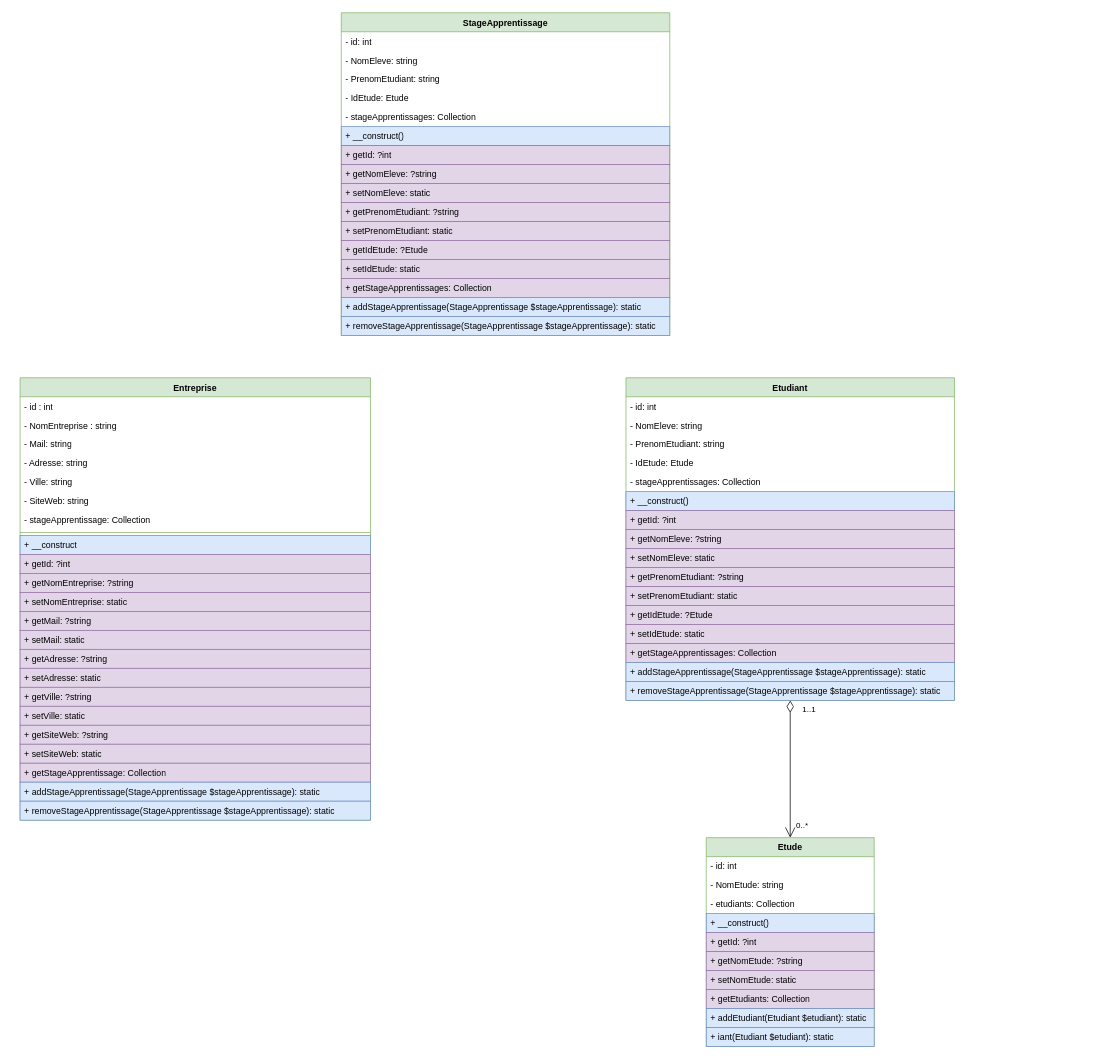
This is document/BDD/Diagramme sans nom.drawio from johanvadenne/Gestion-des-eleves-et-stages, a draw.io file, before an edit. Source tidied: cells renumbered, new cells numbered last; positions are measured from the earlier drawing's top-left corner, leaving out a move shared by most shapes. Both pictures are drawn from the tidied source at 73%, with x=0, y=0 at pixel (20, 12).
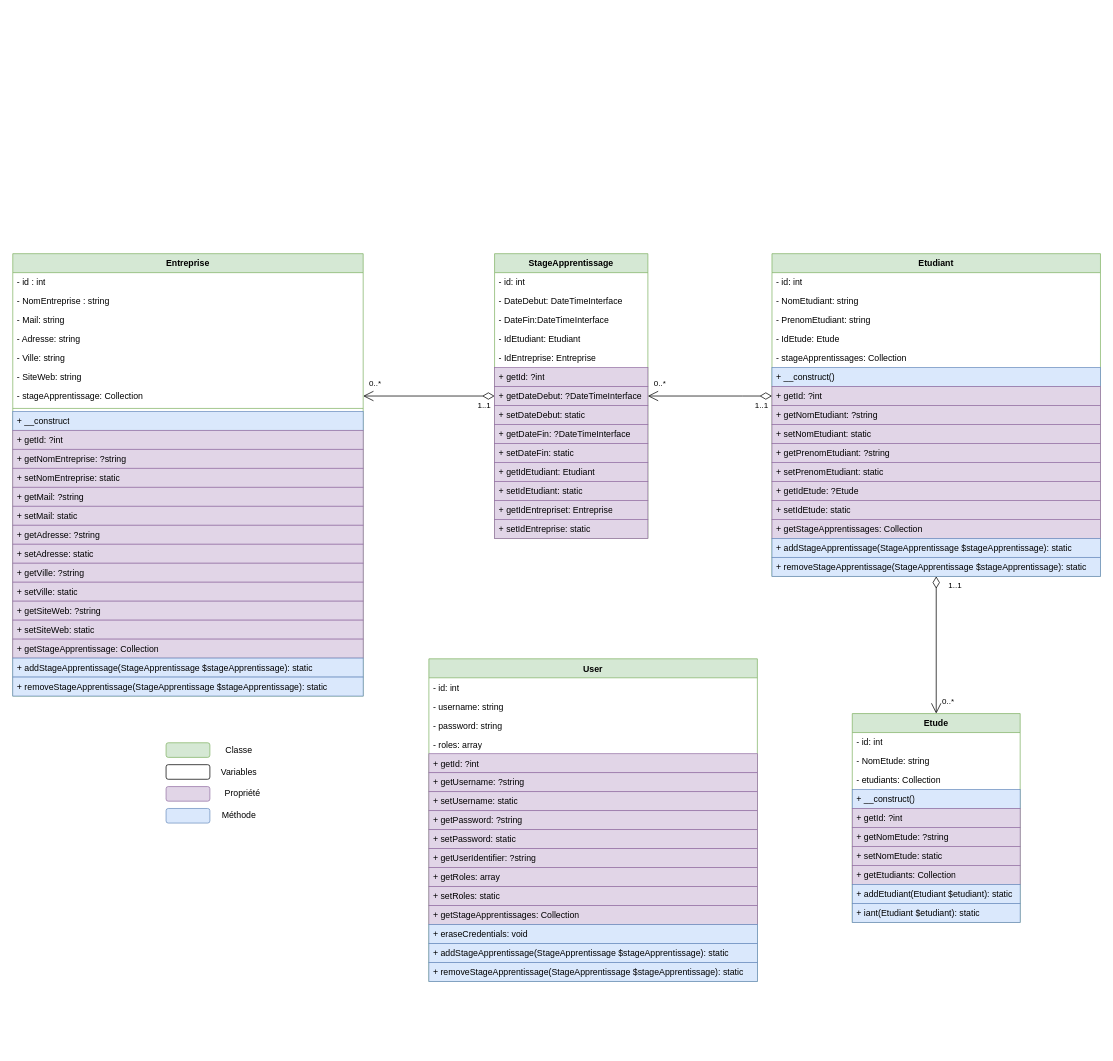
Above is the later version.

Commit message (it also covers changes not shown here):
Mettre à jour Diagramme sans nom.drawio

Unchanged cells that the change refers to:
```xml
<mxCell id="9" value="&lt;div&gt;- stageApprentissage: Collection&lt;br&gt;&lt;/div&gt;" style="text;strokeColor=none;fillColor=none;align=left;verticalAlign=top;spacingLeft=4;spacingRight=4;overflow=hidden;points=[[0,0.5],[1,0.5]];portConstraint=eastwest;whiteSpace=wrap;html=1;" parent="2" vertex="1">
  <mxGeometry y="182" width="480" height="26" as="geometry" />
</mxCell>
<mxCell id="33" value="+ getId: ?int" style="text;strokeColor=#9673a6;fillColor=#e1d5e7;align=left;verticalAlign=top;spacingLeft=4;spacingRight=4;overflow=hidden;points=[[0,0.5],[1,0.5]];portConstraint=eastwest;whiteSpace=wrap;html=1;" parent="26" vertex="1">
  <mxGeometry y="182" width="450" height="26" as="geometry" />
</mxCell>
```

Change to the diagram source:
```diff
@@
     <mxCell id="2" value="Entreprise" style="swimlane;fontStyle=1;align=center;verticalAlign=top;horizontal=1;startSize=26;whiteSpace=wrap;html=1;fillColor=#d5e8d4;strokeColor=#82b366;" parent="1" vertex="1">
-      <mxGeometry y="500" width="480" height="606" as="geometry" />
+      <mxGeometry x="-10" y="330" width="480" height="606" as="geometry" />
     </mxCell>
@@
     <mxCell id="26" value="Etudiant" style="swimlane;fontStyle=1;align=center;verticalAlign=top;horizontal=1;startSize=26;whiteSpace=wrap;html=1;fillColor=#d5e8d4;strokeColor=#82b366;" parent="1" vertex="1">
-      <mxGeometry x="830" y="500" width="450" height="442" as="geometry" />
+      <mxGeometry x="1030" y="330" width="450" height="442" as="geometry" />
     </mxCell>
@@
-    <mxCell id="28" value="&lt;div&gt;- NomEleve: string&lt;br&gt;&lt;/div&gt;" style="text;strokeColor=none;fillColor=none;align=left;verticalAlign=top;spacingLeft=4;spacingRight=4;overflow=hidden;whiteSpace=wrap;html=1;" parent="26" vertex="1">
+    <mxCell id="28" value="&lt;div&gt;- NomEtudiant: string&lt;br&gt;&lt;/div&gt;" style="text;strokeColor=none;fillColor=none;align=left;verticalAlign=top;spacingLeft=4;spacingRight=4;overflow=hidden;whiteSpace=wrap;html=1;" parent="26" vertex="1">
       <mxGeometry y="52" width="450" height="26" as="geometry" />
     </mxCell>
@@
-    <mxCell id="34" value="+ getNomEleve: ?string" style="text;strokeColor=#9673a6;fillColor=#e1d5e7;align=left;verticalAlign=top;spacingLeft=4;spacingRight=4;overflow=hidden;whiteSpace=wrap;html=1;" parent="26" vertex="1">
+    <mxCell id="34" value="+ getNomEtudiant: ?string" style="text;strokeColor=#9673a6;fillColor=#e1d5e7;align=left;verticalAlign=top;spacingLeft=4;spacingRight=4;overflow=hidden;whiteSpace=wrap;html=1;" parent="26" vertex="1">
       <mxGeometry y="208" width="450" height="26" as="geometry" />
     </mxCell>
-    <mxCell id="35" value="+ setNomEleve: static" style="text;strokeColor=#9673a6;fillColor=#e1d5e7;align=left;verticalAlign=top;spacingLeft=4;spacingRight=4;overflow=hidden;whiteSpace=wrap;html=1;" parent="26" vertex="1">
+    <mxCell id="35" value="+ setNomEtudiant: static" style="text;strokeColor=#9673a6;fillColor=#e1d5e7;align=left;verticalAlign=top;spacingLeft=4;spacingRight=4;overflow=hidden;whiteSpace=wrap;html=1;" parent="26" vertex="1">
       <mxGeometry y="234" width="450" height="26" as="geometry" />
     </mxCell>
@@
     <mxCell id="43" value="&lt;div&gt;Etude&lt;/div&gt;" style="swimlane;fontStyle=1;align=center;verticalAlign=top;horizontal=1;startSize=26;whiteSpace=wrap;html=1;fillColor=#d5e8d4;strokeColor=#82b366;" parent="1" vertex="1">
-      <mxGeometry x="940" y="1130" width="230" height="286" as="geometry" />
+      <mxGeometry x="1140" y="960" width="230" height="286" as="geometry" />
     </mxCell>
@@
     <mxCell id="57" value="StageApprentissage" style="swimlane;fontStyle=1;align=center;verticalAlign=top;horizontal=1;startSize=26;whiteSpace=wrap;html=1;fillColor=#d5e8d4;strokeColor=#82b366;" parent="1" vertex="1">
-      <mxGeometry x="440" width="450" height="442" as="geometry" />
+      <mxGeometry x="650" y="330" width="210" height="390" as="geometry" />
     </mxCell>
     <mxCell id="58" value="&lt;div&gt;- id: int&lt;/div&gt;" style="text;strokeColor=none;fillColor=none;align=left;verticalAlign=top;spacingLeft=4;spacingRight=4;overflow=hidden;whiteSpace=wrap;html=1;" parent="57" vertex="1">
-      <mxGeometry y="26" width="450" height="26" as="geometry" />
+      <mxGeometry y="26" width="210" height="26" as="geometry" />
     </mxCell>
-    <mxCell id="59" value="&lt;div&gt;- NomEleve: string&lt;br&gt;&lt;/div&gt;" style="text;strokeColor=none;fillColor=none;align=left;verticalAlign=top;spacingLeft=4;spacingRight=4;overflow=hidden;whiteSpace=wrap;html=1;" parent="57" vertex="1">
-      <mxGeometry y="52" width="450" height="26" as="geometry" />
+    <mxCell id="59" value="&lt;div&gt;- DateDebut: DateTimeInterface&lt;br&gt;&lt;/div&gt;" style="text;strokeColor=none;fillColor=none;align=left;verticalAlign=top;spacingLeft=4;spacingRight=4;overflow=hidden;whiteSpace=wrap;html=1;" parent="57" vertex="1">
+      <mxGeometry y="52" width="210" height="26" as="geometry" />
     </mxCell>
-    <mxCell id="60" value="&lt;div&gt;- PrenomEtudiant: string&lt;br&gt;&lt;/div&gt;" style="text;strokeColor=none;fillColor=none;align=left;verticalAlign=top;spacingLeft=4;spacingRight=4;overflow=hidden;whiteSpace=wrap;html=1;" parent="57" vertex="1">
-      <mxGeometry y="78" width="450" height="26" as="geometry" />
+    <mxCell id="60" value="&lt;div&gt;- DateFin:DateTimeInterface &lt;/div&gt;" style="text;strokeColor=none;fillColor=none;align=left;verticalAlign=top;spacingLeft=4;spacingRight=4;overflow=hidden;whiteSpace=wrap;html=1;" parent="57" vertex="1">
+      <mxGeometry y="78" width="210" height="26" as="geometry" />
     </mxCell>
-    <mxCell id="61" value="&lt;div&gt;- IdEtude: Etude&lt;br&gt;&lt;/div&gt;" style="text;strokeColor=none;fillColor=none;align=left;verticalAlign=top;spacingLeft=4;spacingRight=4;overflow=hidden;whiteSpace=wrap;html=1;" parent="57" vertex="1">
-      <mxGeometry y="104" width="450" height="26" as="geometry" />
+    <mxCell id="61" value="&lt;div&gt;- IdEtudiant: Etudiant&lt;br&gt;&lt;/div&gt;" style="text;strokeColor=none;fillColor=none;align=left;verticalAlign=top;spacingLeft=4;spacingRight=4;overflow=hidden;whiteSpace=wrap;html=1;" parent="57" vertex="1">
+      <mxGeometry y="104" width="210" height="26" as="geometry" />
     </mxCell>
-    <mxCell id="62" value="&lt;div&gt;- stageApprentissages: Collection&lt;br&gt;&lt;/div&gt;" style="text;strokeColor=none;fillColor=none;align=left;verticalAlign=top;spacingLeft=4;spacingRight=4;overflow=hidden;whiteSpace=wrap;html=1;" parent="57" vertex="1">
-      <mxGeometry y="130" width="450" height="26" as="geometry" />
+    <mxCell id="62" value="&lt;div&gt;- IdEntreprise: Entreprise&lt;br&gt;&lt;/div&gt;" style="text;strokeColor=none;fillColor=none;align=left;verticalAlign=top;spacingLeft=4;spacingRight=4;overflow=hidden;whiteSpace=wrap;html=1;" parent="57" vertex="1">
+      <mxGeometry y="130" width="210" height="26" as="geometry" />
     </mxCell>
-    <mxCell id="63" value="+ __construct()" style="text;strokeColor=#6c8ebf;fillColor=#dae8fc;align=left;verticalAlign=top;spacingLeft=4;spacingRight=4;overflow=hidden;whiteSpace=wrap;html=1;" parent="57" vertex="1">
-      <mxGeometry y="156" width="450" height="26" as="geometry" />
-    </mxCell>
     <mxCell id="64" value="+ getId: ?int" style="text;strokeColor=#9673a6;fillColor=#e1d5e7;align=left;verticalAlign=top;spacingLeft=4;spacingRight=4;overflow=hidden;whiteSpace=wrap;html=1;" parent="57" vertex="1">
-      <mxGeometry y="182" width="450" height="26" as="geometry" />
+      <mxGeometry y="156" width="210" height="26" as="geometry" />
     </mxCell>
-    <mxCell id="65" value="+ getNomEleve: ?string" style="text;strokeColor=#9673a6;fillColor=#e1d5e7;align=left;verticalAlign=top;spacingLeft=4;spacingRight=4;overflow=hidden;whiteSpace=wrap;html=1;" parent="57" vertex="1">
-      <mxGeometry y="208" width="450" height="26" as="geometry" />
+    <mxCell id="65" value="+ getDateDebut: ?DateTimeInterface" style="text;strokeColor=#9673a6;fillColor=#e1d5e7;align=left;verticalAlign=top;spacingLeft=4;spacingRight=4;overflow=hidden;whiteSpace=wrap;html=1;" parent="57" vertex="1">
+      <mxGeometry y="182" width="210" height="26" as="geometry" />
     </mxCell>
-    <mxCell id="66" value="+ setNomEleve: static" style="text;strokeColor=#9673a6;fillColor=#e1d5e7;align=left;verticalAlign=top;spacingLeft=4;spacingRight=4;overflow=hidden;whiteSpace=wrap;html=1;" parent="57" vertex="1">
-      <mxGeometry y="234" width="450" height="26" as="geometry" />
+    <mxCell id="66" value="+ setDateDebut: static" style="text;strokeColor=#9673a6;fillColor=#e1d5e7;align=left;verticalAlign=top;spacingLeft=4;spacingRight=4;overflow=hidden;whiteSpace=wrap;html=1;" parent="57" vertex="1">
+      <mxGeometry y="208" width="210" height="26" as="geometry" />
     </mxCell>
-    <mxCell id="67" value="+ getPrenomEtudiant: ?string" style="text;strokeColor=#9673a6;fillColor=#e1d5e7;align=left;verticalAlign=top;spacingLeft=4;spacingRight=4;overflow=hidden;whiteSpace=wrap;html=1;" parent="57" vertex="1">
-      <mxGeometry y="260" width="450" height="26" as="geometry" />
-    </mxCell>
-    <mxCell id="68" value="+ setPrenomEtudiant: static" style="text;strokeColor=#9673a6;fillColor=#e1d5e7;align=left;verticalAlign=top;spacingLeft=4;spacingRight=4;overflow=hidden;whiteSpace=wrap;html=1;" parent="57" vertex="1">
-      <mxGeometry y="286" width="450" height="26" as="geometry" />
-    </mxCell>
-    <mxCell id="69" value="+ getIdEtude: ?Etude" style="text;strokeColor=#9673a6;fillColor=#e1d5e7;align=left;verticalAlign=top;spacingLeft=4;spacingRight=4;overflow=hidden;whiteSpace=wrap;html=1;" parent="57" vertex="1">
-      <mxGeometry y="312" width="450" height="26" as="geometry" />
-    </mxCell>
-    <mxCell id="70" value="+ setIdEtude: static" style="text;strokeColor=#9673a6;fillColor=#e1d5e7;align=left;verticalAlign=top;spacingLeft=4;spacingRight=4;overflow=hidden;whiteSpace=wrap;html=1;" parent="57" vertex="1">
-      <mxGeometry y="338" width="450" height="26" as="geometry" />
-    </mxCell>
+    <mxCell id="74" value="+ getDateFin: ?DateTimeInterface" style="text;strokeColor=#9673a6;fillColor=#e1d5e7;align=left;verticalAlign=top;spacingLeft=4;spacingRight=4;overflow=hidden;whiteSpace=wrap;html=1;" parent="57" vertex="1">
+      <mxGeometry y="234" width="210" height="26" as="geometry" />
+    </mxCell>
+    <mxCell id="75" value="+ setDateFin: static" style="text;strokeColor=#9673a6;fillColor=#e1d5e7;align=left;verticalAlign=top;spacingLeft=4;spacingRight=4;overflow=hidden;whiteSpace=wrap;html=1;" parent="57" vertex="1">
+      <mxGeometry y="260" width="210" height="26" as="geometry" />
+    </mxCell>
+    <mxCell id="76" value="+ getIdEtudiant: Etudiant" style="text;strokeColor=#9673a6;fillColor=#e1d5e7;align=left;verticalAlign=top;spacingLeft=4;spacingRight=4;overflow=hidden;whiteSpace=wrap;html=1;" parent="57" vertex="1">
+      <mxGeometry y="286" width="210" height="26" as="geometry" />
+    </mxCell>
+    <mxCell id="77" value="+ setIdEtudiant: static" style="text;strokeColor=#9673a6;fillColor=#e1d5e7;align=left;verticalAlign=top;spacingLeft=4;spacingRight=4;overflow=hidden;whiteSpace=wrap;html=1;" parent="57" vertex="1">
+      <mxGeometry y="312" width="210" height="26" as="geometry" />
+    </mxCell>
+    <mxCell id="78" value="+ getIdEntrepriset: Entreprise" style="text;strokeColor=#9673a6;fillColor=#e1d5e7;align=left;verticalAlign=top;spacingLeft=4;spacingRight=4;overflow=hidden;whiteSpace=wrap;html=1;" parent="57" vertex="1">
+      <mxGeometry y="338" width="210" height="26" as="geometry" />
+    </mxCell>
+    <mxCell id="79" value="+ setIdEntreprise: static" style="text;strokeColor=#9673a6;fillColor=#e1d5e7;align=left;verticalAlign=top;spacingLeft=4;spacingRight=4;overflow=hidden;whiteSpace=wrap;html=1;" parent="57" vertex="1">
+      <mxGeometry y="364" width="210" height="26" as="geometry" />
+    </mxCell>
+    <mxCell id="80" style="endArrow=open;html=1;endSize=12;startArrow=diamondThin;startSize=14;startFill=0;edgeStyle=orthogonalEdgeStyle;rounded=0;exitX=0;exitY=0.5;exitDx=0;exitDy=0;" parent="1" edge="1" source="33" target="57">
+      <mxGeometry relative="1" as="geometry">
+        <Array as="points">
+          <mxPoint x="990" y="525" />
+          <mxPoint x="990" y="525" />
+        </Array>
+      </mxGeometry>
+    </mxCell>
+    <mxCell id="81" value="1..1" style="edgeLabel;html=1;align=left;verticalAlign=top;" parent="80" vertex="1">
+      <mxGeometry x="-1" relative="1" as="geometry">
+        <mxPoint x="-25" as="offset" />
+      </mxGeometry>
+    </mxCell>
+    <mxCell id="82" value="&lt;div&gt;0..*&lt;/div&gt;" style="edgeLabel;html=1;align=right;verticalAlign=top;" parent="80" vertex="1">
+      <mxGeometry x="1" relative="1" as="geometry">
+        <mxPoint x="25" y="-30" as="offset" />
+      </mxGeometry>
+    </mxCell>
+    <mxCell id="83" style="endArrow=open;html=1;endSize=12;startArrow=diamondThin;startSize=14;startFill=0;edgeStyle=orthogonalEdgeStyle;rounded=0;entryX=1;entryY=0.5;entryDx=0;entryDy=0;" parent="1" edge="1" source="57" target="9">
+      <mxGeometry relative="1" as="geometry" />
+    </mxCell>
+    <mxCell id="84" value="1..1" style="edgeLabel;html=1;align=left;verticalAlign=top;" parent="83" vertex="1">
+      <mxGeometry x="-1" relative="1" as="geometry">
+        <mxPoint x="-25" as="offset" />
+      </mxGeometry>
+    </mxCell>
+    <mxCell id="85" value="&lt;div&gt;0..*&lt;/div&gt;" style="edgeLabel;html=1;align=right;verticalAlign=top;" parent="83" vertex="1">
+      <mxGeometry x="1" relative="1" as="geometry">
+        <mxPoint x="25" y="-30" as="offset" />
+      </mxGeometry>
+    </mxCell>
+    <mxCell id="86" value="User" style="swimlane;fontStyle=1;align=center;verticalAlign=top;horizontal=1;startSize=26;whiteSpace=wrap;html=1;fillColor=#d5e8d4;strokeColor=#82b366;" parent="1" vertex="1">
+      <mxGeometry x="560" y="885" width="450" height="442" as="geometry" />
+    </mxCell>
+    <mxCell id="87" value="&lt;div&gt;- id: int&lt;/div&gt;" style="text;strokeColor=none;fillColor=none;align=left;verticalAlign=top;spacingLeft=4;spacingRight=4;overflow=hidden;whiteSpace=wrap;html=1;" parent="86" vertex="1">
+      <mxGeometry y="26" width="450" height="26" as="geometry" />
+    </mxCell>
+    <mxCell id="88" value="&lt;div&gt;- username: string&lt;br&gt;&lt;/div&gt;" style="text;strokeColor=none;fillColor=none;align=left;verticalAlign=top;spacingLeft=4;spacingRight=4;overflow=hidden;whiteSpace=wrap;html=1;" parent="86" vertex="1">
+      <mxGeometry y="52" width="450" height="26" as="geometry" />
+    </mxCell>
+    <mxCell id="89" value="&lt;div&gt;- password: string&lt;br&gt;&lt;/div&gt;" style="text;strokeColor=none;fillColor=none;align=left;verticalAlign=top;spacingLeft=4;spacingRight=4;overflow=hidden;whiteSpace=wrap;html=1;" parent="86" vertex="1">
+      <mxGeometry y="78" width="450" height="26" as="geometry" />
+    </mxCell>
+    <mxCell id="90" value="&lt;div&gt;- roles: array&lt;br&gt;&lt;/div&gt;" style="text;strokeColor=none;fillColor=none;align=left;verticalAlign=top;spacingLeft=4;spacingRight=4;overflow=hidden;whiteSpace=wrap;html=1;" parent="86" vertex="1">
+      <mxGeometry y="104" width="450" height="26" as="geometry" />
+    </mxCell>
+    <mxCell id="91" value="+ getId: ?int" style="text;strokeColor=#9673a6;fillColor=#e1d5e7;align=left;verticalAlign=top;spacingLeft=4;spacingRight=4;overflow=hidden;whiteSpace=wrap;html=1;" parent="86" vertex="1">
+      <mxGeometry y="130" width="450" height="26" as="geometry" />
+    </mxCell>
+    <mxCell id="92" value="+ getUsername: ?string" style="text;strokeColor=#9673a6;fillColor=#e1d5e7;align=left;verticalAlign=top;spacingLeft=4;spacingRight=4;overflow=hidden;whiteSpace=wrap;html=1;" parent="86" vertex="1">
+      <mxGeometry y="156" width="450" height="26" as="geometry" />
+    </mxCell>
+    <mxCell id="93" value="+ setUsername: static" style="text;strokeColor=#9673a6;fillColor=#e1d5e7;align=left;verticalAlign=top;spacingLeft=4;spacingRight=4;overflow=hidden;whiteSpace=wrap;html=1;" parent="86" vertex="1">
+      <mxGeometry y="182" width="450" height="26" as="geometry" />
+    </mxCell>
+    <mxCell id="94" value="+ getPassword: ?string" style="text;strokeColor=#9673a6;fillColor=#e1d5e7;align=left;verticalAlign=top;spacingLeft=4;spacingRight=4;overflow=hidden;whiteSpace=wrap;html=1;" parent="86" vertex="1">
+      <mxGeometry y="208" width="450" height="26" as="geometry" />
+    </mxCell>
+    <mxCell id="95" value="+ setPassword: static" style="text;strokeColor=#9673a6;fillColor=#e1d5e7;align=left;verticalAlign=top;spacingLeft=4;spacingRight=4;overflow=hidden;whiteSpace=wrap;html=1;" parent="86" vertex="1">
+      <mxGeometry y="234" width="450" height="26" as="geometry" />
+    </mxCell>
+    <mxCell id="96" value="+ getUserIdentifier: ?string" style="text;strokeColor=#9673a6;fillColor=#e1d5e7;align=left;verticalAlign=top;spacingLeft=4;spacingRight=4;overflow=hidden;whiteSpace=wrap;html=1;" parent="86" vertex="1">
+      <mxGeometry y="260" width="450" height="26" as="geometry" />
+    </mxCell>
+    <mxCell id="97" value="+ getRoles: array" style="text;strokeColor=#9673a6;fillColor=#e1d5e7;align=left;verticalAlign=top;spacingLeft=4;spacingRight=4;overflow=hidden;whiteSpace=wrap;html=1;" parent="86" vertex="1">
+      <mxGeometry y="286" width="450" height="26" as="geometry" />
+    </mxCell>
+    <mxCell id="98" value="+ setRoles: static" style="text;strokeColor=#9673a6;fillColor=#e1d5e7;align=left;verticalAlign=top;spacingLeft=4;spacingRight=4;overflow=hidden;whiteSpace=wrap;html=1;" parent="86" vertex="1">
+      <mxGeometry y="312" width="450" height="26" as="geometry" />
+    </mxCell>
-    <mxCell id="71" value="+ getStageApprentissages: Collection" style="text;strokeColor=#9673a6;fillColor=#e1d5e7;align=left;verticalAlign=top;spacingLeft=4;spacingRight=4;overflow=hidden;whiteSpace=wrap;html=1;" parent="57" vertex="1">
-      <mxGeometry y="364" width="450" height="26" as="geometry" />
+    <mxCell id="71" value="+ getStageApprentissages: Collection" style="text;strokeColor=#9673a6;fillColor=#e1d5e7;align=left;verticalAlign=top;spacingLeft=4;spacingRight=4;overflow=hidden;whiteSpace=wrap;html=1;" parent="86" vertex="1">
+      <mxGeometry y="338" width="450" height="26" as="geometry" />
     </mxCell>
+    <mxCell id="99" value="+ eraseCredentials: void" style="text;strokeColor=#6c8ebf;fillColor=#dae8fc;align=left;verticalAlign=top;spacingLeft=4;spacingRight=4;overflow=hidden;whiteSpace=wrap;html=1;" parent="86" vertex="1">
+      <mxGeometry y="364" width="450" height="26" as="geometry" />
+    </mxCell>
-    <mxCell id="72" value="+ addStageApprentissage(StageApprentissage $stageApprentissage): static" style="text;strokeColor=#6c8ebf;fillColor=#dae8fc;align=left;verticalAlign=top;spacingLeft=4;spacingRight=4;overflow=hidden;whiteSpace=wrap;html=1;" parent="57" vertex="1">
+    <mxCell id="72" value="+ addStageApprentissage(StageApprentissage $stageApprentissage): static" style="text;strokeColor=#6c8ebf;fillColor=#dae8fc;align=left;verticalAlign=top;spacingLeft=4;spacingRight=4;overflow=hidden;whiteSpace=wrap;html=1;" parent="86" vertex="1">
       <mxGeometry y="390" width="450" height="26" as="geometry" />
     </mxCell>
-    <mxCell id="73" value="+ removeStageApprentissage(StageApprentissage $stageApprentissage): static" style="text;strokeColor=#6c8ebf;fillColor=#dae8fc;align=left;verticalAlign=top;spacingLeft=4;spacingRight=4;overflow=hidden;whiteSpace=wrap;html=1;" parent="57" vertex="1">
+    <mxCell id="73" value="+ removeStageApprentissage(StageApprentissage $stageApprentissage): static" style="text;strokeColor=#6c8ebf;fillColor=#dae8fc;align=left;verticalAlign=top;spacingLeft=4;spacingRight=4;overflow=hidden;whiteSpace=wrap;html=1;" parent="86" vertex="1">
       <mxGeometry y="416" width="450" height="26" as="geometry" />
     </mxCell>
+    <mxCell id="100" style="rounded=1;whiteSpace=wrap;html=1;fillColor=#d5e8d4;strokeColor=#82b366;" parent="1" vertex="1">
+      <mxGeometry x="200" y="1000" width="60" height="20" as="geometry" />
+    </mxCell>
+    <mxCell id="101" style="rounded=1;whiteSpace=wrap;html=1;" parent="1" vertex="1">
+      <mxGeometry x="200" y="1030" width="60" height="20" as="geometry" />
+    </mxCell>
+    <mxCell id="102" style="rounded=1;whiteSpace=wrap;html=1;fillColor=#e1d5e7;strokeColor=#9673a6;" parent="1" vertex="1">
+      <mxGeometry x="200" y="1060" width="60" height="20" as="geometry" />
+    </mxCell>
+    <mxCell id="103" style="rounded=1;whiteSpace=wrap;html=1;fillColor=#dae8fc;strokeColor=#6c8ebf;" parent="1" vertex="1">
+      <mxGeometry x="200" y="1090" width="60" height="20" as="geometry" />
+    </mxCell>
+    <mxCell id="104" value="Classe" style="text;html=1;align=center;verticalAlign=middle;whiteSpace=wrap;rounded=0;" parent="1" vertex="1">
+      <mxGeometry x="270" y="1002.5" width="60" height="15" as="geometry" />
+    </mxCell>
+    <mxCell id="105" value="Variables" style="text;html=1;align=center;verticalAlign=middle;whiteSpace=wrap;rounded=0;" parent="1" vertex="1">
+      <mxGeometry x="270" y="1032.5" width="60" height="15" as="geometry" />
+    </mxCell>
+    <mxCell id="106" value="Méthode" style="text;html=1;align=center;verticalAlign=middle;whiteSpace=wrap;rounded=0;" parent="1" vertex="1">
+      <mxGeometry x="270" y="1092.5" width="60" height="15" as="geometry" />
+    </mxCell>
+    <mxCell id="107" value="Propriété" style="text;html=1;align=center;verticalAlign=middle;whiteSpace=wrap;rounded=0;" parent="1" vertex="1">
+      <mxGeometry x="270" y="1062.5" width="70" height="15" as="geometry" />
+    </mxCell>
```
